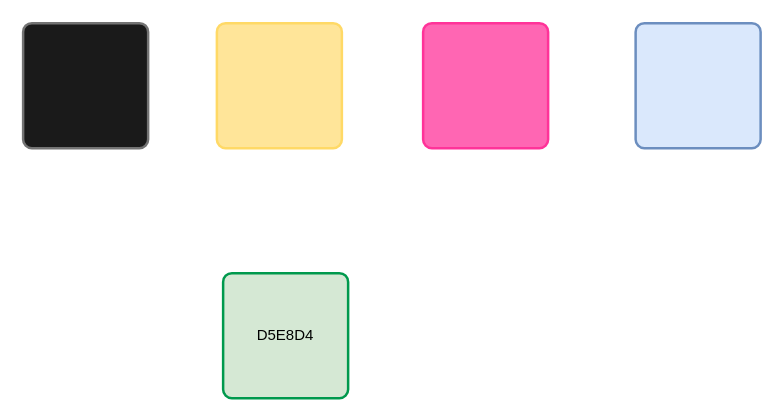
The draw.io diagram page "background-colors" (1 of 8) of poet_frames.drawio in appsparkler/draw.io, before the edit. Source tidied: cells renumbered, new cells numbered last; positions are measured from the earlier drawing's top-left corner, leaving out a move shared by most shapes. Both pictures are drawn from the tidied source at 125%, with x=0, y=0 at pixel (22, 22).
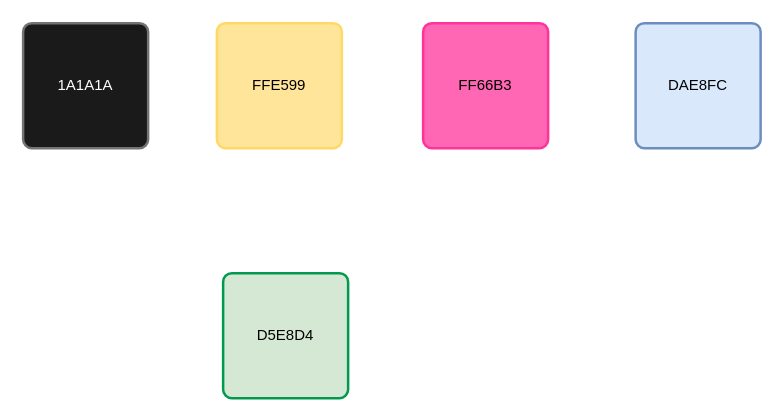
The same page after the edit.

Change to the diagram source:
```diff
@@
 <mxGraphModel>
   <root>
     <mxCell id="0" />
     <mxCell id="1" parent="0" />
-    <mxCell id="2" style="rounded=1;whiteSpace=wrap;html=1;absoluteArcSize=1;arcSize=14;strokeWidth=2;fillColor=#1A1A1A;strokeColor=#737373;" parent="1" vertex="1">
+    <mxCell id="2" value="1A1A1A" style="rounded=1;whiteSpace=wrap;html=1;absoluteArcSize=1;arcSize=14;strokeWidth=2;fillColor=#1A1A1A;strokeColor=#737373;fontColor=#FFFFFF;" parent="1" vertex="1">
       <mxGeometry width="100" height="100" as="geometry" />
     </mxCell>
-    <mxCell id="3" style="rounded=1;whiteSpace=wrap;html=1;absoluteArcSize=1;arcSize=14;strokeWidth=2;fillColor=#FFE599;strokeColor=#FFD966;" parent="1" vertex="1">
+    <mxCell id="3" value="FFE599" style="rounded=1;whiteSpace=wrap;html=1;absoluteArcSize=1;arcSize=14;strokeWidth=2;fillColor=#FFE599;strokeColor=#FFD966;" parent="1" vertex="1">
       <mxGeometry x="155" width="100" height="100" as="geometry" />
     </mxCell>
-    <mxCell id="4" style="rounded=1;whiteSpace=wrap;html=1;absoluteArcSize=1;arcSize=14;strokeWidth=2;fillColor=#FF66B3;strokeColor=#FF3399;" parent="1" vertex="1">
+    <mxCell id="4" value="FF66B3" style="rounded=1;whiteSpace=wrap;html=1;absoluteArcSize=1;arcSize=14;strokeWidth=2;fillColor=#FF66B3;strokeColor=#FF3399;" parent="1" vertex="1">
       <mxGeometry x="320" width="100" height="100" as="geometry" />
     </mxCell>
-    <mxCell id="5" style="rounded=1;whiteSpace=wrap;html=1;absoluteArcSize=1;arcSize=14;strokeWidth=2;fillColor=#dae8fc;strokeColor=#6c8ebf;" parent="1" vertex="1">
+    <mxCell id="5" value="&lt;div&gt;DAE8FC&lt;/div&gt;" style="rounded=1;whiteSpace=wrap;html=1;absoluteArcSize=1;arcSize=14;strokeWidth=2;fillColor=#dae8fc;strokeColor=#6c8ebf;" parent="1" vertex="1">
       <mxGeometry x="490" width="100" height="100" as="geometry" />
     </mxCell>
     <mxCell id="6" value="D5E8D4" style="rounded=1;whiteSpace=wrap;html=1;absoluteArcSize=1;arcSize=14;strokeWidth=2;fillColor=#d5e8d4;strokeColor=#00994D;" parent="1" vertex="1">
       <mxGeometry x="160" y="200" width="100" height="100" as="geometry" />
     </mxCell>
   </root>
 </mxGraphModel>
```
